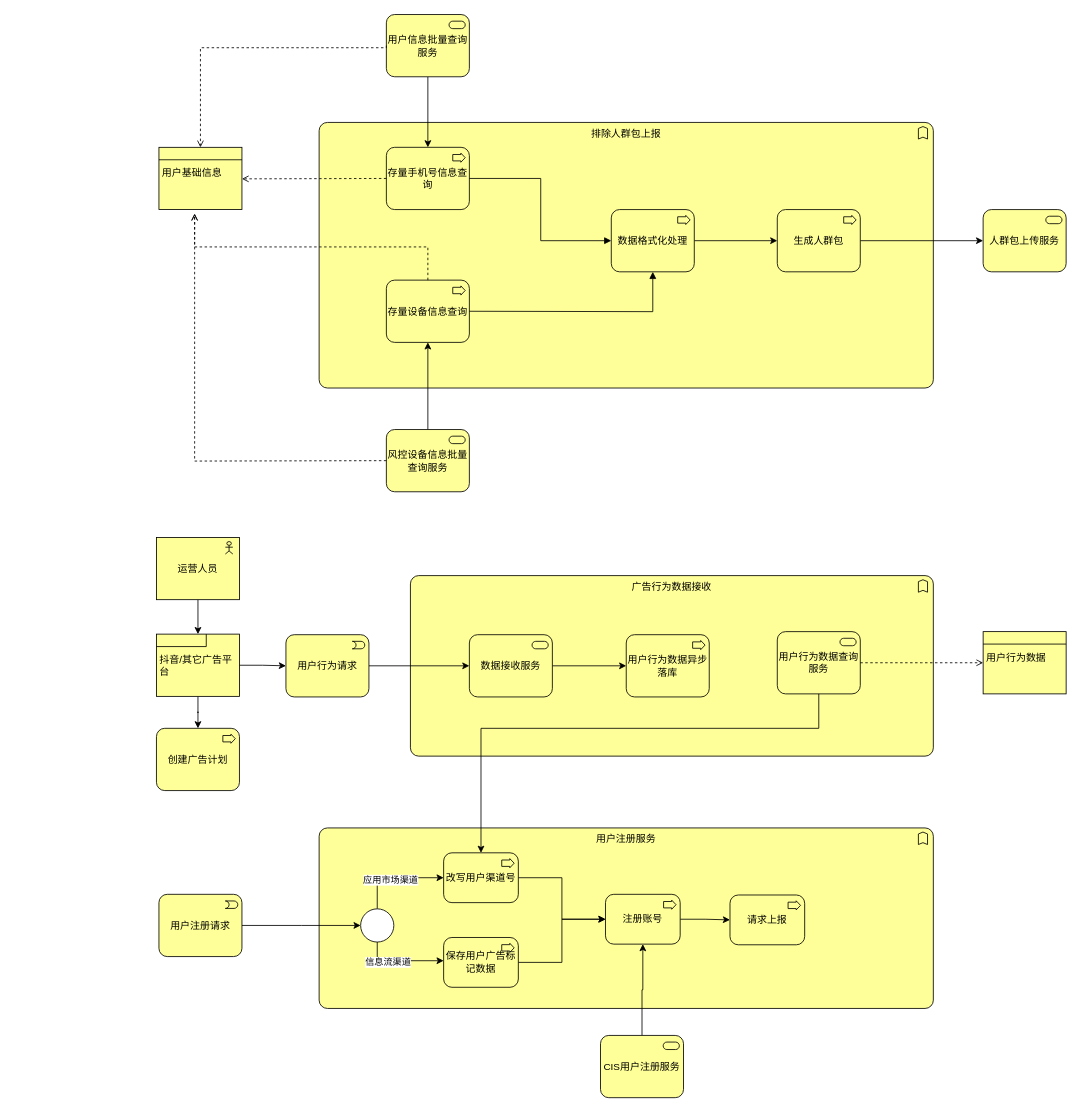
Above: 广告投放-业务建模.drawio in yuanlj-tea/picgo (draw.io), before the change. Source tidied: cells renumbered, new cells numbered last; positions are measured from the earlier drawing's top-left corner, leaving out a move shared by most shapes. Both pictures are drawn from the tidied source at 83%, with x=0, y=0 at pixel (156, 14).
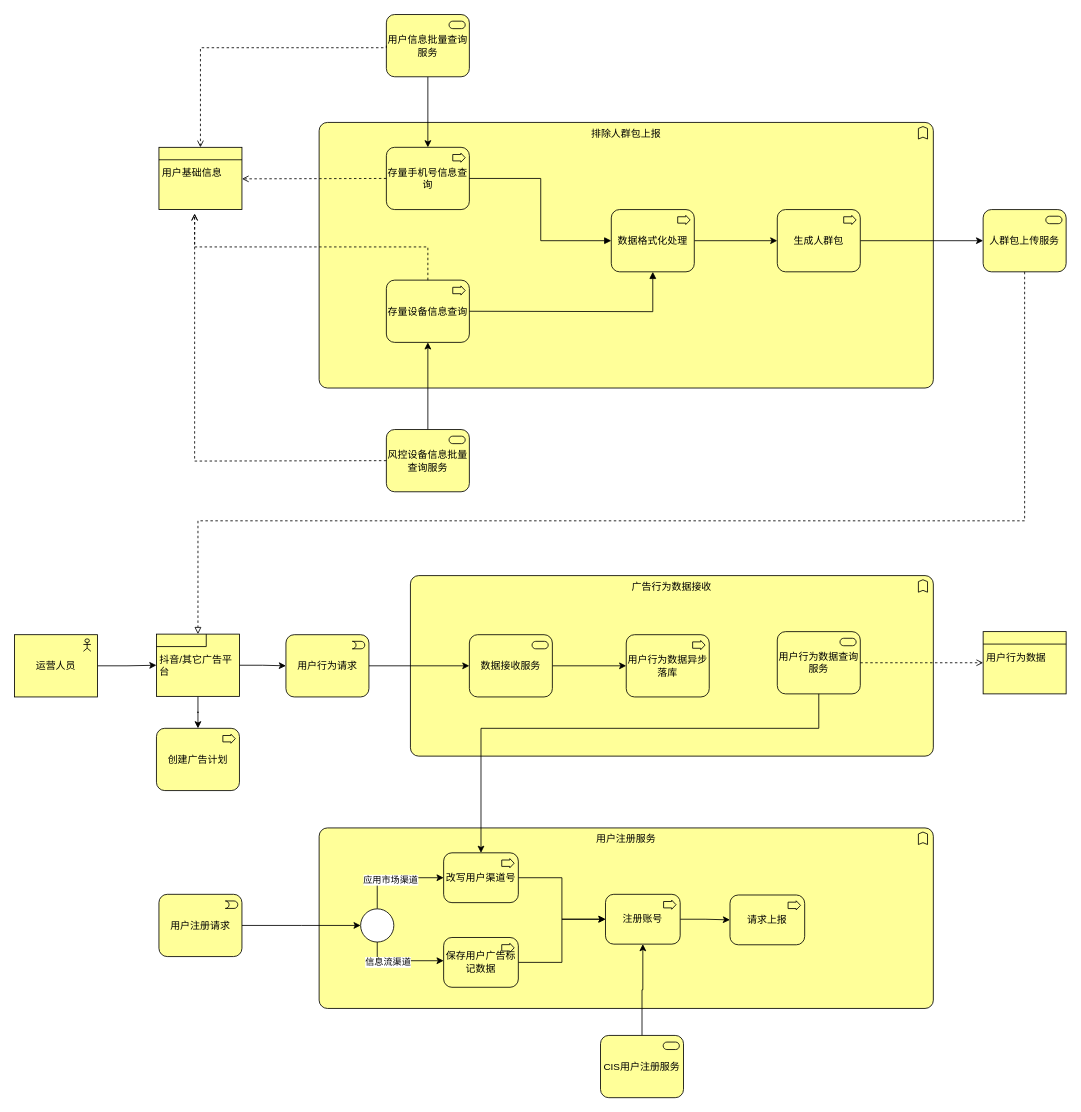
The same diagram, later.

Commit message:
更新广告投放-业务建模.drawio

The change refers to these unchanged cells:
```xml
<mxCell id="20" value="人群包上传服务" style="html=1;outlineConnect=0;whiteSpace=wrap;fillColor=#ffff99;shape=mxgraph.archimate.business;busType=service;" parent="1" vertex="1">
  <mxGeometry x="996" y="235" width="100" height="75" as="geometry" />
</mxCell>
<mxCell id="36" value="&lt;table cellpadding=&quot;0&quot; cellspacing=&quot;0&quot; style=&quot;font-size:1em;width:100%;height:100%;&quot;&gt;&lt;tbody&gt;&lt;tr style=&quot;height:20px;&quot;&gt;&lt;td align=&quot;left&quot;&gt;&lt;/td&gt;&lt;/tr&gt;&lt;tr&gt;&lt;td align=&quot;left&quot; valign=&quot;top&quot; style=&quot;padding:4px;&quot;&gt;抖音/其它广告平台&lt;/td&gt;&lt;/tr&gt;&lt;/tbody&gt;&lt;/table&gt;" style="html=1;outlineConnect=0;whiteSpace=wrap;fillColor=#ffff99;shape=mxgraph.archimate.product;overflow=fill;" parent="1" vertex="1">
  <mxGeometry y="746.5" width="100" height="75" as="geometry" />
</mxCell>
```

Change to the diagram source:
```diff
@@
     <mxCell id="22" value="运营人员" style="html=1;outlineConnect=0;whiteSpace=wrap;fillColor=#ffff99;shape=mxgraph.archimate.application;appType=actor;" parent="1" vertex="1">
-      <mxGeometry y="630" width="100" height="75" as="geometry" />
+      <mxGeometry x="-171" y="747.2" width="100" height="75" as="geometry" />
     </mxCell>
@@
+    <mxCell id="54" style="edgeStyle=elbowEdgeStyle;html=1;endArrow=block;elbow=vertical;endFill=0;dashed=1;rounded=0;exitX=0.5;exitY=1;exitDx=0;exitDy=0;exitPerimeter=0;" parent="1" edge="1" source="20" target="36">
+      <mxGeometry relative="1" as="geometry">
+        <Array as="points">
+          <mxPoint x="546" y="610" />
+        </Array>
+      </mxGeometry>
+    </mxCell>
```
